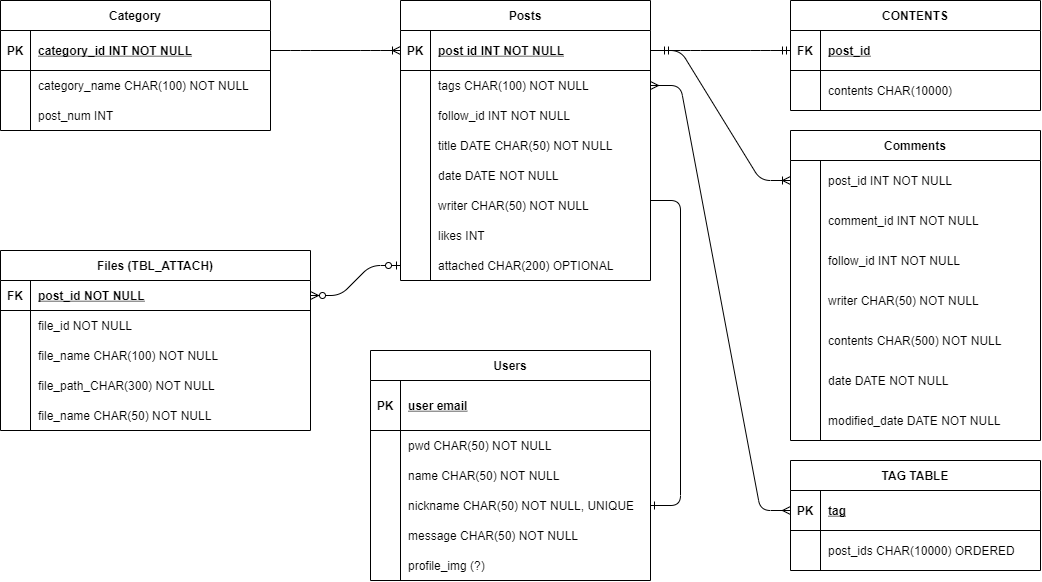
Earlier version of the draw.io export img/Untitled Diagram.drawio.png (wch18735/Data-Modelling). Source tidied: cells renumbered, new cells last; positions are measured from the earlier drawing's top-left corner, leaving out a move shared by most shapes.
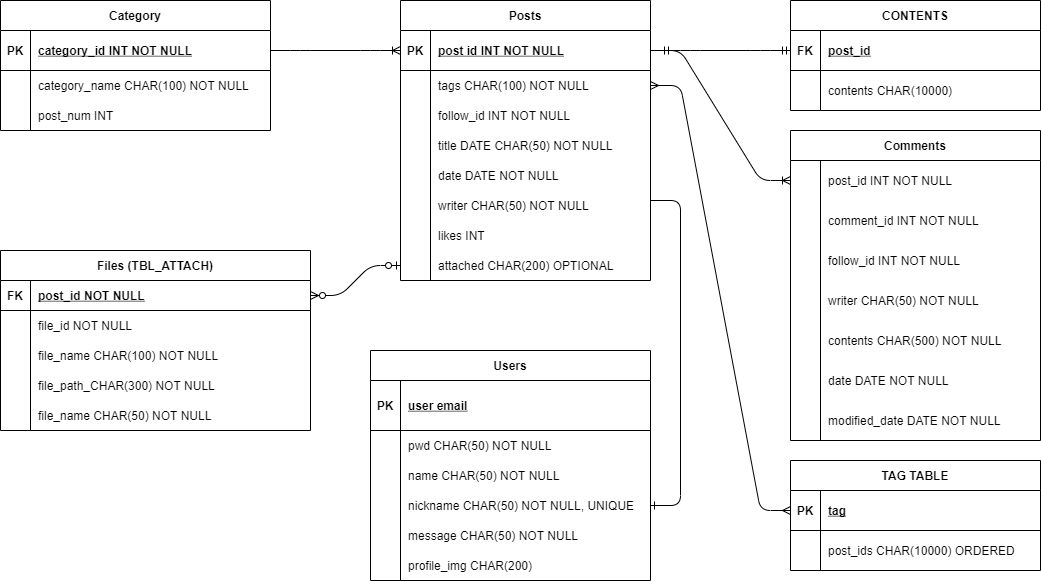
Above is the later version.

Diff of the diagram source:
```diff
@@ -197,7 +197,7 @@
     <mxCell id="66" style="shape=partialRectangle;overflow=hidden;fillColor=none;top=0;left=0;bottom=0;right=0;" parent="65" vertex="1">
       <mxGeometry width="30" height="30" as="geometry" />
     </mxCell>
-    <mxCell id="67" value="profile_img (?)" style="shape=partialRectangle;overflow=hidden;fillColor=none;top=0;left=0;bottom=0;right=0;align=left;spacingLeft=6;" parent="65" vertex="1">
+    <mxCell id="67" value="profile_img CHAR(200)" style="shape=partialRectangle;overflow=hidden;fillColor=none;top=0;left=0;bottom=0;right=0;align=left;spacingLeft=6;" parent="65" vertex="1">
       <mxGeometry x="30" width="250" height="30" as="geometry" />
     </mxCell>
     <mxCell id="68" value="Files (TBL_ATTACH)" style="shape=table;startSize=30;rowLines=0;fontStyle=1;align=center;" parent="1" vertex="1">
```
